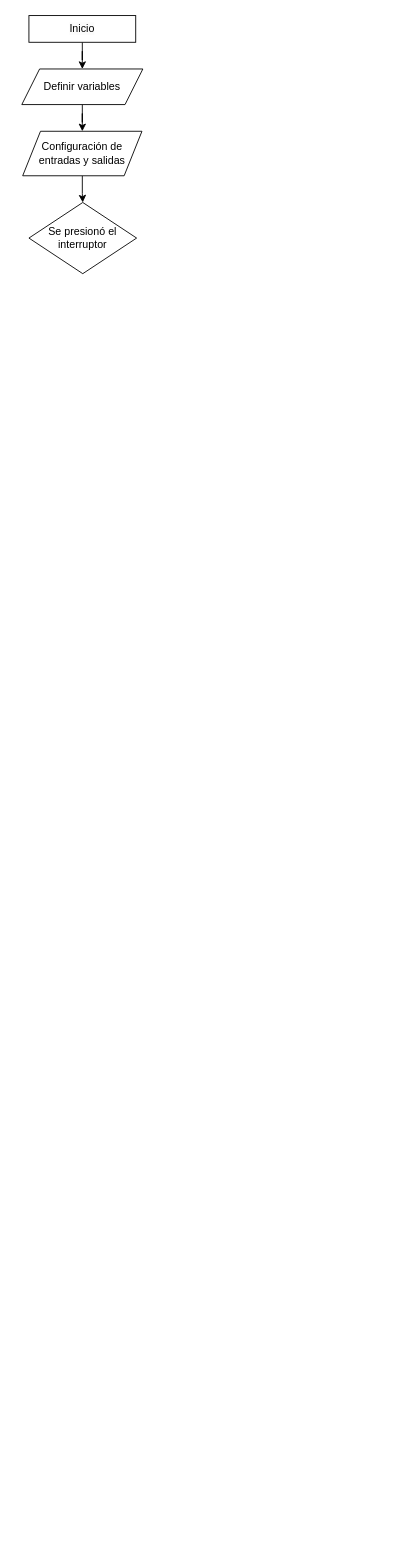
AstridFH/Prueba_01 keeps this draw.io diagram as Diagrama sin título.drawio. Above is the earlier version. Source tidied: cells renumbered, new cells numbered last; positions are measured from the earlier drawing's top-left corner, leaving out a move shared by most shapes. Both pictures are drawn from the tidied source at 89%, with x=0, y=0 at pixel (21, 15).
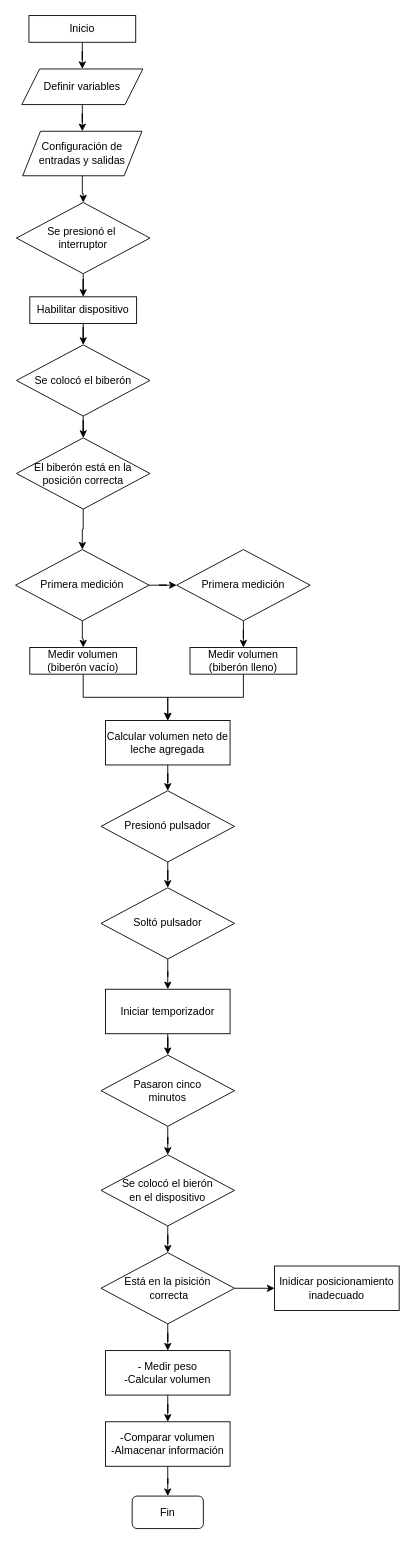
The same page after the edit.

The edit, as a diff of the source:
```diff
@@
+    <mxCell id="10" style="edgeStyle=orthogonalEdgeStyle;rounded=0;jettySize=auto;html=1;" parent="1" edge="1" source="9" target="12">
+      <mxGeometry relative="1" as="geometry" />
+    </mxCell>
-    <mxCell id="9" value="Se presionó el interruptor" style="rhombus;whiteSpace=wrap;html=1;" parent="1" vertex="1">
-      <mxGeometry x="8" y="210" width="121" height="80" as="geometry" />
+    <mxCell id="9" value="Se presionó el&amp;nbsp;&lt;div&gt;interruptor&lt;/div&gt;" style="rhombus;whiteSpace=wrap;html=1;" parent="1" vertex="1">
+      <mxGeometry x="-6" y="210" width="150" height="80" as="geometry" />
     </mxCell>
+    <mxCell id="11" style="edgeStyle=orthogonalEdgeStyle;rounded=0;jettySize=auto;html=1;" parent="1" edge="1" source="12" target="14">
+      <mxGeometry relative="1" as="geometry" />
+    </mxCell>
+    <mxCell id="12" value="Habilitar dispositivo" style="rounded=0;whiteSpace=wrap;html=1;" parent="1" vertex="1">
+      <mxGeometry x="9" y="316" width="120" height="30" as="geometry" />
+    </mxCell>
+    <mxCell id="13" style="edgeStyle=orthogonalEdgeStyle;rounded=0;jettySize=auto;html=1;" parent="1" edge="1" source="14" target="16">
+      <mxGeometry relative="1" as="geometry" />
+    </mxCell>
+    <mxCell id="14" value="Se colocó el biberón" style="rhombus;whiteSpace=wrap;html=1;" parent="1" vertex="1">
+      <mxGeometry x="-6" y="370" width="150" height="80" as="geometry" />
+    </mxCell>
+    <mxCell id="15" style="edgeStyle=orthogonalEdgeStyle;rounded=0;jettySize=auto;html=1;" parent="1" edge="1" source="16" target="19">
+      <mxGeometry relative="1" as="geometry" />
+    </mxCell>
+    <mxCell id="16" value="El biberón está en la posición correcta" style="rhombus;whiteSpace=wrap;html=1;" parent="1" vertex="1">
+      <mxGeometry x="-6" y="474.5" width="150" height="80" as="geometry" />
+    </mxCell>
+    <mxCell id="17" style="edgeStyle=orthogonalEdgeStyle;rounded=0;jettySize=auto;html=1;" parent="1" edge="1" source="19" target="21">
+      <mxGeometry relative="1" as="geometry" />
+    </mxCell>
+    <mxCell id="18" style="edgeStyle=orthogonalEdgeStyle;rounded=0;jettySize=auto;html=1;" parent="1" edge="1" source="19" target="23">
+      <mxGeometry relative="1" as="geometry" />
+    </mxCell>
+    <mxCell id="19" value="Primera medición" style="rhombus;whiteSpace=wrap;html=1;" parent="1" vertex="1">
+      <mxGeometry x="-7" y="600" width="150" height="80" as="geometry" />
+    </mxCell>
+    <mxCell id="20" style="edgeStyle=orthogonalEdgeStyle;rounded=0;jettySize=auto;html=1;" parent="1" edge="1" source="21" target="25">
+      <mxGeometry relative="1" as="geometry" />
+    </mxCell>
+    <mxCell id="21" value="Primera medición" style="rhombus;whiteSpace=wrap;html=1;" parent="1" vertex="1">
+      <mxGeometry x="174" y="600" width="150" height="80" as="geometry" />
+    </mxCell>
+    <mxCell id="22" style="edgeStyle=orthogonalEdgeStyle;rounded=0;jettySize=auto;html=1;" parent="1" edge="1" source="23" target="27">
+      <mxGeometry relative="1" as="geometry" />
+    </mxCell>
+    <mxCell id="23" value="Medir volumen (biberón vacío)" style="rounded=0;whiteSpace=wrap;html=1;" parent="1" vertex="1">
+      <mxGeometry x="9" y="710" width="120" height="30" as="geometry" />
+    </mxCell>
+    <mxCell id="24" style="edgeStyle=orthogonalEdgeStyle;rounded=0;jettySize=auto;html=1;" parent="1" edge="1" source="25" target="27">
+      <mxGeometry relative="1" as="geometry" />
+    </mxCell>
+    <mxCell id="25" value="Medir volumen (biberón lleno)" style="rounded=0;whiteSpace=wrap;html=1;" parent="1" vertex="1">
+      <mxGeometry x="189" y="710" width="120" height="30" as="geometry" />
+    </mxCell>
+    <mxCell id="26" style="edgeStyle=orthogonalEdgeStyle;rounded=0;jettySize=auto;html=1;" parent="1" edge="1" source="27" target="29">
+      <mxGeometry relative="1" as="geometry" />
+    </mxCell>
+    <mxCell id="27" value="Calcular volumen neto de leche agregada" style="rounded=0;whiteSpace=wrap;html=1;" parent="1" vertex="1">
+      <mxGeometry x="94" y="792" width="140" height="50" as="geometry" />
+    </mxCell>
+    <mxCell id="28" style="edgeStyle=orthogonalEdgeStyle;rounded=0;jettySize=auto;html=1;" parent="1" edge="1" source="29" target="31">
+      <mxGeometry relative="1" as="geometry" />
+    </mxCell>
+    <mxCell id="29" value="Presionó pulsador" style="rhombus;whiteSpace=wrap;html=1;" parent="1" vertex="1">
+      <mxGeometry x="89" y="871" width="150" height="80" as="geometry" />
+    </mxCell>
+    <mxCell id="30" style="edgeStyle=orthogonalEdgeStyle;rounded=0;jettySize=auto;html=1;" parent="1" edge="1" source="31" target="33">
+      <mxGeometry relative="1" as="geometry" />
+    </mxCell>
+    <mxCell id="31" value="Soltó pulsador" style="rhombus;whiteSpace=wrap;html=1;" parent="1" vertex="1">
+      <mxGeometry x="89" y="980" width="150" height="80" as="geometry" />
+    </mxCell>
+    <mxCell id="32" style="edgeStyle=orthogonalEdgeStyle;rounded=0;jettySize=auto;html=1;" parent="1" edge="1" source="33" target="35">
+      <mxGeometry relative="1" as="geometry" />
+    </mxCell>
+    <mxCell id="33" value="Iniciar temporizador" style="rounded=0;whiteSpace=wrap;html=1;" parent="1" vertex="1">
+      <mxGeometry x="94" y="1094" width="140" height="50" as="geometry" />
+    </mxCell>
+    <mxCell id="34" style="edgeStyle=orthogonalEdgeStyle;rounded=0;jettySize=auto;html=1;" parent="1" edge="1" source="35" target="37">
+      <mxGeometry relative="1" as="geometry" />
+    </mxCell>
+    <mxCell id="35" value="Pasaron cinco&lt;div&gt;minutos&lt;/div&gt;" style="rhombus;whiteSpace=wrap;html=1;" parent="1" vertex="1">
+      <mxGeometry x="89" y="1168" width="150" height="80" as="geometry" />
+    </mxCell>
+    <mxCell id="36" style="edgeStyle=orthogonalEdgeStyle;rounded=0;jettySize=auto;html=1;" parent="1" edge="1" source="37" target="40">
+      <mxGeometry relative="1" as="geometry" />
+    </mxCell>
+    <mxCell id="37" value="Se colocó el bierón&lt;div&gt;en el dispositivo&lt;/div&gt;" style="rhombus;whiteSpace=wrap;html=1;" parent="1" vertex="1">
+      <mxGeometry x="89" y="1280" width="150" height="80" as="geometry" />
+    </mxCell>
+    <mxCell id="38" style="edgeStyle=orthogonalEdgeStyle;rounded=0;jettySize=auto;html=1;" parent="1" edge="1" source="40" target="41">
+      <mxGeometry relative="1" as="geometry" />
+    </mxCell>
+    <mxCell id="39" style="edgeStyle=orthogonalEdgeStyle;rounded=0;jettySize=auto;html=1;" parent="1" edge="1" source="40" target="43">
+      <mxGeometry relative="1" as="geometry" />
+    </mxCell>
+    <mxCell id="40" value="Está en la pisición&lt;div&gt;&amp;nbsp;correcta&lt;/div&gt;" style="rhombus;whiteSpace=wrap;html=1;" parent="1" vertex="1">
+      <mxGeometry x="89" y="1390" width="150" height="80" as="geometry" />
+    </mxCell>
+    <mxCell id="41" value="Inidicar posicionamiento inadecuado" style="rounded=0;whiteSpace=wrap;html=1;" parent="1" vertex="1">
+      <mxGeometry x="284" y="1405" width="140" height="50" as="geometry" />
+    </mxCell>
+    <mxCell id="42" style="edgeStyle=orthogonalEdgeStyle;rounded=0;jettySize=auto;html=1;" parent="1" edge="1" source="43" target="45">
+      <mxGeometry relative="1" as="geometry" />
+    </mxCell>
+    <mxCell id="43" value="- Medir peso&lt;div&gt;-Calcular volumen&lt;/div&gt;" style="rounded=0;whiteSpace=wrap;html=1;" parent="1" vertex="1">
+      <mxGeometry x="94" y="1500" width="140" height="50" as="geometry" />
+    </mxCell>
+    <mxCell id="44" style="edgeStyle=orthogonalEdgeStyle;rounded=0;jettySize=auto;html=1;" parent="1" edge="1" source="45" target="46">
+      <mxGeometry relative="1" as="geometry" />
+    </mxCell>
+    <mxCell id="45" value="-Comparar volumen&lt;div&gt;-Almacenar información&lt;/div&gt;" style="rounded=0;whiteSpace=wrap;html=1;" parent="1" vertex="1">
+      <mxGeometry x="94" y="1580" width="140" height="50" as="geometry" />
+    </mxCell>
+    <mxCell id="46" value="Fin" style="rounded=1;whiteSpace=wrap;html=1;" parent="1" vertex="1">
+      <mxGeometry x="124" y="1663.5" width="80" height="36.5" as="geometry" />
+    </mxCell>
```
